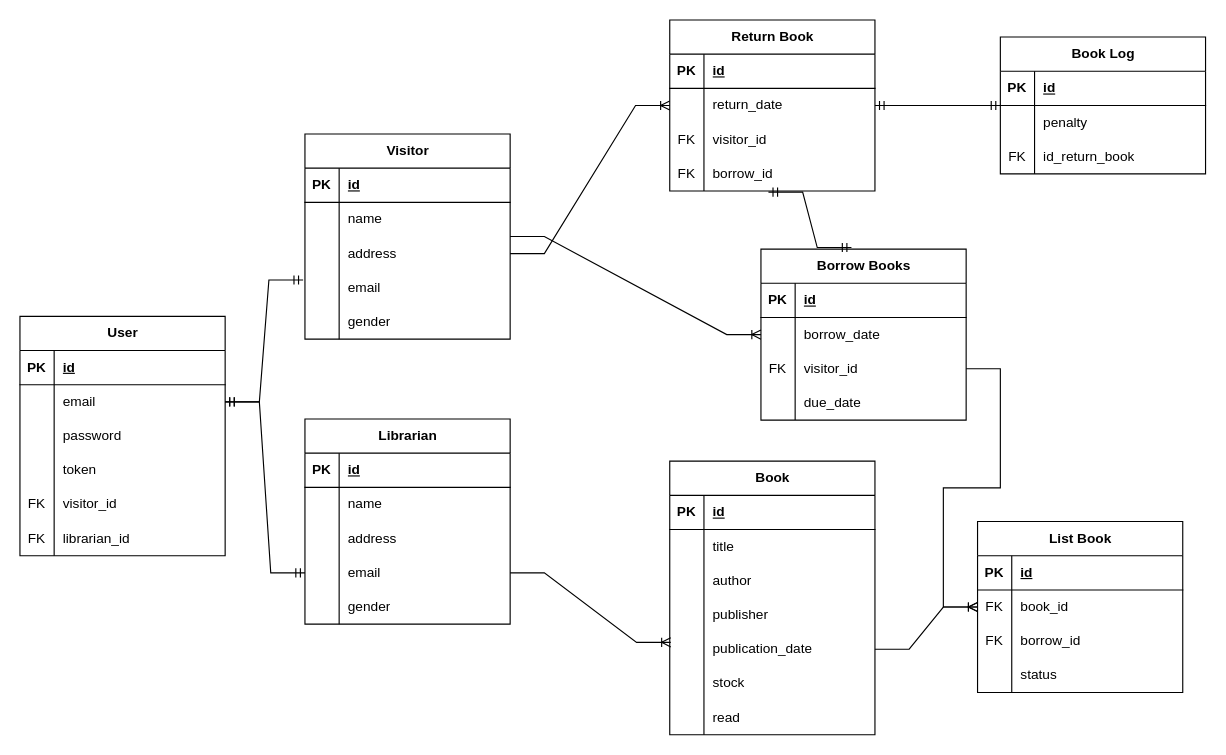
Before: page "Entity" (1 of 3) of Diagram Tanpa Judul.drawio in Syaal/library, a draw.io diagram. Source tidied: cells renumbered, new cells numbered last; positions are measured from the earlier drawing's top-left corner, leaving out a move shared by most shapes. Both pictures are drawn from the tidied source at 114%, with x=0, y=0 at pixel (19, 19).
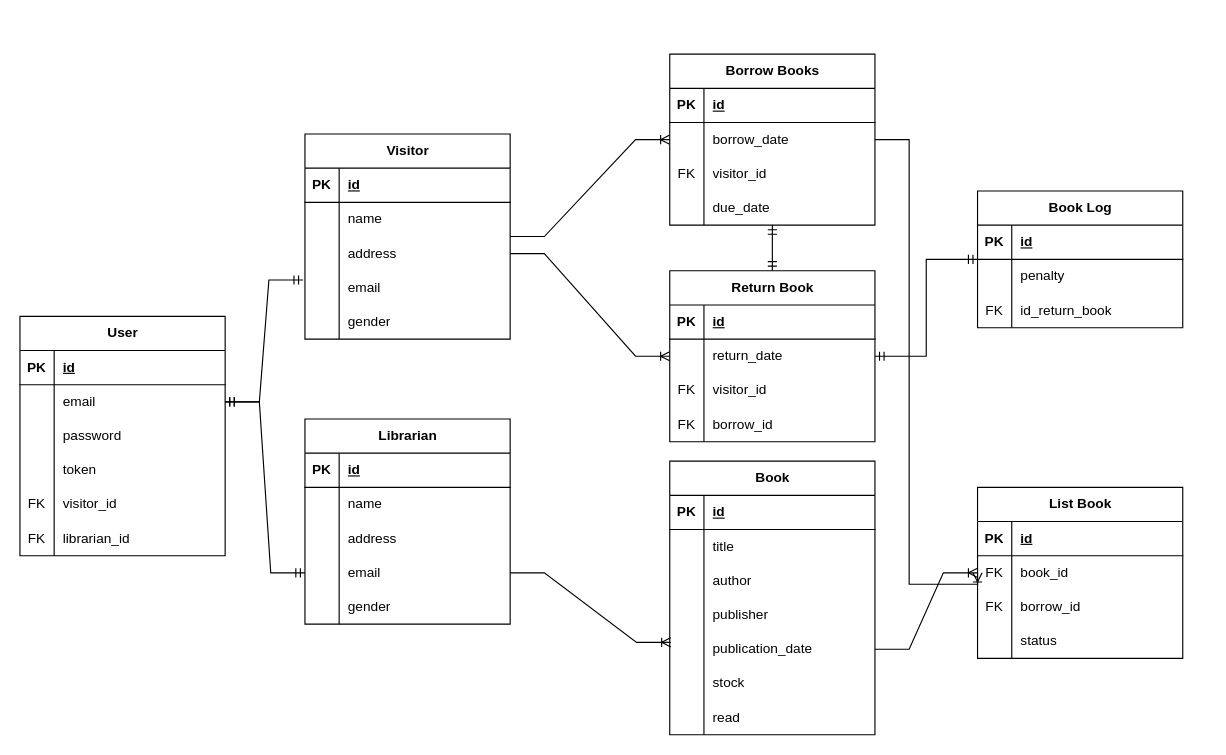
Above is the later version.

The change refers to these unchanged cells:
```xml
<mxCell id="44" style="shape=tableRow;horizontal=0;startSize=0;swimlaneHead=0;swimlaneBody=0;fillColor=none;points=[[0,0.5],[1,0.5]];portConstraint=eastwest;top=0;left=0;right=0;bottom=0;" parent="40" vertex="1">
  <mxGeometry y="60" width="180" height="30" as="geometry" />
</mxCell>
<mxCell id="47" style="shape=tableRow;horizontal=0;startSize=0;swimlaneHead=0;swimlaneBody=0;fillColor=none;points=[[0,0.5],[1,0.5]];portConstraint=eastwest;top=0;left=0;right=0;bottom=0;" parent="40" vertex="1">
  <mxGeometry y="90" width="180" height="30" as="geometry" />
</mxCell>
<mxCell id="64" style="shape=tableRow;horizontal=0;startSize=0;swimlaneHead=0;swimlaneBody=0;fillColor=none;points=[[0,0.5],[1,0.5]];portConstraint=eastwest;top=0;left=0;right=0;bottom=0;" parent="54" vertex="1">
  <mxGeometry y="120" width="180" height="30" as="geometry" />
</mxCell>
<mxCell id="121" style="shape=tableRow;horizontal=0;startSize=0;swimlaneHead=0;swimlaneBody=0;fillColor=none;points=[[0,0.5],[1,0.5]];portConstraint=eastwest;top=0;left=0;right=0;bottom=0;" parent="117" vertex="1">
  <mxGeometry y="60" width="180" height="30" as="geometry" />
</mxCell>
```

What changed in the source:
```diff
@@
     <mxCell id="40" value="Borrow Books" style="shape=table;startSize=30;childLayout=tableLayout;rowLines=0;fontStyle=1;align=center;html=1;" parent="1" vertex="1">
-      <mxGeometry x="650" y="201" width="180" height="150" as="geometry" />
+      <mxGeometry x="570" y="30" width="180" height="150" as="geometry" />
     </mxCell>
@@
     <mxCell id="54" value="Return Book" style="shape=table;startSize=30;childLayout=tableLayout;rowLines=0;fontStyle=1;align=center;html=1;" parent="1" vertex="1">
-      <mxGeometry x="570" width="180" height="150" as="geometry" />
+      <mxGeometry x="570" y="220" width="180" height="150" as="geometry" />
     </mxCell>
@@
     <mxCell id="67" value="Book Log" style="shape=table;startSize=30;childLayout=tableLayout;rowLines=0;fontStyle=1;align=center;html=1;" parent="1" vertex="1">
-      <mxGeometry x="860" y="15" width="180" height="120" as="geometry" />
+      <mxGeometry x="840" y="150" width="180" height="120" as="geometry" />
     </mxCell>
@@
-    <mxCell id="77" style="edgeStyle=entityRelationEdgeStyle;fontSize=12;html=1;endArrow=ERmandOne;startArrow=ERmandOne;rounded=0;" parent="1" edge="1" source="54" target="67">
+    <mxCell id="77" style="edgeStyle=orthogonalEdgeStyle;fontSize=12;html=1;endArrow=ERmandOne;startArrow=ERmandOne;rounded=0;" parent="1" edge="1" source="54" target="67">
       <mxGeometry relative="1" as="geometry" />
     </mxCell>
@@
     <mxCell id="117" value="List Book" style="shape=table;startSize=30;childLayout=tableLayout;rowLines=0;fontStyle=1;align=center;html=1;" parent="1" vertex="1">
-      <mxGeometry x="840" y="440" width="180" height="150" as="geometry" />
+      <mxGeometry x="840" y="410" width="180" height="150" as="geometry" />
     </mxCell>
@@
-    <mxCell id="131" style="edgeStyle=entityRelationEdgeStyle;fontSize=12;html=1;endArrow=ERoneToMany;rounded=0;exitX=1;exitY=0.5;exitDx=0;exitDy=0;entryX=0;entryY=0.5;entryDx=0;entryDy=0;" parent="1" edge="1" source="47" target="121">
-      <mxGeometry relative="1" as="geometry" />
+    <mxCell id="131" style="fontSize=12;html=1;endArrow=ERoneToMany;rounded=0;exitX=1;exitY=0.5;exitDx=0;exitDy=0;entryX=0;entryY=0.5;entryDx=0;entryDy=0;edgeStyle=orthogonalEdgeStyle;" parent="1" edge="1" source="44" target="121">
+      <mxGeometry relative="1" as="geometry">
+        <Array as="points">
+          <mxPoint x="780" y="105" />
+          <mxPoint x="780" y="495" />
+        </Array>
+      </mxGeometry>
     </mxCell>
-    <mxCell id="132" style="edgeStyle=entityRelationEdgeStyle;fontSize=12;html=1;endArrow=ERmandOne;startArrow=ERmandOne;rounded=0;exitX=0.441;exitY=-0.009;exitDx=0;exitDy=0;exitPerimeter=0;entryX=0.481;entryY=1.033;entryDx=0;entryDy=0;entryPerimeter=0;" parent="1" edge="1" source="40" target="64">
+    <mxCell id="132" style="edgeStyle=orthogonalEdgeStyle;fontSize=12;html=1;endArrow=ERmandOne;startArrow=ERmandOne;strokeColor=default;rounded=0;curved=1;" parent="1" edge="1" source="40" target="54">
       <mxGeometry relative="1" as="geometry" />
     </mxCell>
```
